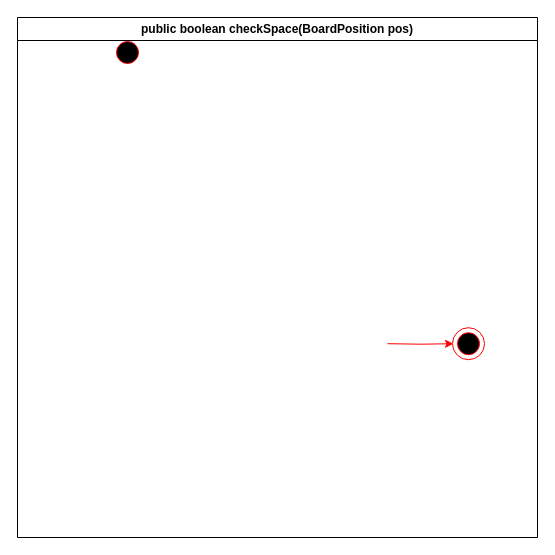
Earlier version of the draw.io diagram Project1/GameBoard checkForWinner Activity Diagram.drawio (ozzhaas/CPSC2150). Source tidied: cells renumbered, new cells numbered last; positions are measured from the earlier drawing's top-left corner, leaving out a move shared by most shapes. Both pictures are drawn from the tidied source at 100%, with x=0, y=0 at pixel (17, 17).
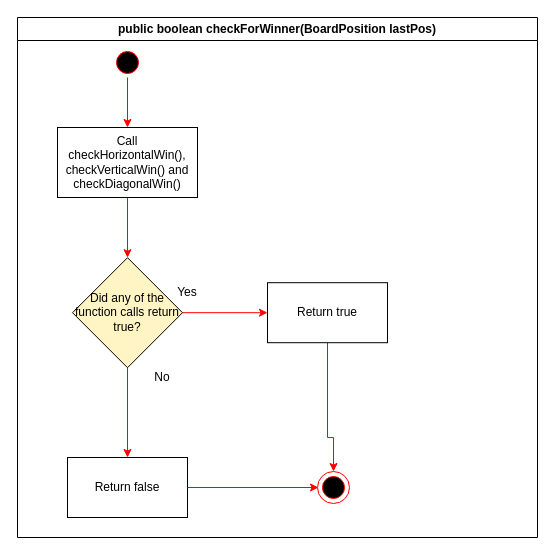
The same diagram, later.

Unchanged cells that the change refers to:
```xml
<mxCell id="6" style="ellipse;whiteSpace=wrap;html=1;fillColor=#ffffff;strokeColor=#FF0000;" parent="5" vertex="1">
  <mxGeometry width="32" height="32" as="geometry" />
</mxCell>
<mxCell id="7" style="ellipse;shape=startState;fillColor=#000000;strokeColor=#ff0000;" parent="5" vertex="1">
  <mxGeometry x="1" y="1" width="30" height="30" as="geometry" />
</mxCell>
```

Change to the diagram source:
```diff
@@
-    <mxCell id="2" value="public boolean checkSpace(BoardPosition pos)" style="swimlane;whiteSpace=wrap;" parent="1" vertex="1">
+    <mxCell id="2" value="public boolean checkForWinner(BoardPosition lastPos)" style="swimlane;whiteSpace=wrap;" parent="1" vertex="1">
       <mxGeometry width="520" height="520" as="geometry" />
     </mxCell>
+    <mxCell id="8" style="edgeStyle=orthogonalEdgeStyle;rounded=0;jettySize=auto;html=1;strokeColor=#FF0000;" parent="2" edge="1" source="3" target="10">
+      <mxGeometry relative="1" as="geometry" />
+    </mxCell>
     <mxCell id="3" style="ellipse;shape=startState;fillColor=#000000;strokeColor=#ff0000;" parent="2" vertex="1">
-      <mxGeometry x="95" y="20" width="30" height="30" as="geometry" />
+      <mxGeometry x="95" y="30" width="30" height="30" as="geometry" />
     </mxCell>
+    <mxCell id="9" style="edgeStyle=orthogonalEdgeStyle;rounded=0;jettySize=auto;html=1;strokeColor=#FF0000;" parent="2" edge="1" source="10" target="13">
+      <mxGeometry relative="1" as="geometry" />
+    </mxCell>
+    <mxCell id="10" value="Call checkHorizontalWin(), checkVerticalWin() and checkDiagonalWin()" style="rounded=0;whiteSpace=wrap;html=1;" parent="2" vertex="1">
+      <mxGeometry x="40" y="110" width="140" height="70" as="geometry" />
+    </mxCell>
+    <mxCell id="11" style="edgeStyle=orthogonalEdgeStyle;rounded=0;jettySize=auto;html=1;entryX=0;entryY=0.5;entryDx=0;entryDy=0;strokeColor=#FF0000;" parent="2" edge="1" source="13" target="15">
+      <mxGeometry relative="1" as="geometry" />
+    </mxCell>
+    <mxCell id="12" style="edgeStyle=orthogonalEdgeStyle;rounded=0;jettySize=auto;html=1;entryX=0.5;entryY=0;entryDx=0;entryDy=0;strokeColor=#FF0000;" parent="2" edge="1" source="13" target="16">
+      <mxGeometry relative="1" as="geometry" />
+    </mxCell>
+    <mxCell id="13" value="Did any of the function calls return true?" style="rhombus;whiteSpace=wrap;html=1;fillColor=#FFF4C3;" parent="2" vertex="1">
+      <mxGeometry x="55" y="240.2" width="110" height="110" as="geometry" />
+    </mxCell>
+    <mxCell id="14" style="edgeStyle=orthogonalEdgeStyle;rounded=0;jettySize=auto;html=1;strokeColor=#FF0000;entryX=0.5;entryY=0;entryDx=0;entryDy=0;exitX=0.5;exitY=1;exitDx=0;exitDy=0;" parent="2" edge="1" source="15" target="6">
+      <mxGeometry relative="1" as="geometry">
+        <Array as="points">
+          <mxPoint x="310" y="420" />
+          <mxPoint x="316" y="420" />
+        </Array>
+      </mxGeometry>
+    </mxCell>
+    <mxCell id="15" value="Return true" style="rounded=0;whiteSpace=wrap;html=1;" parent="2" vertex="1">
+      <mxGeometry x="250" y="265.2" width="120" height="60" as="geometry" />
+    </mxCell>
+    <mxCell id="16" value="Return false" style="rounded=0;whiteSpace=wrap;html=1;" parent="2" vertex="1">
+      <mxGeometry x="50" y="440" width="120" height="60" as="geometry" />
+    </mxCell>
+    <mxCell id="17" value="Yes" style="text;html=1;strokeColor=none;fillColor=none;align=center;verticalAlign=middle;whiteSpace=wrap;rounded=0;" parent="2" vertex="1">
+      <mxGeometry x="150" y="265.2" width="40" height="20" as="geometry" />
+    </mxCell>
+    <mxCell id="18" value="No" style="text;html=1;strokeColor=none;fillColor=none;align=center;verticalAlign=middle;whiteSpace=wrap;rounded=0;" parent="2" vertex="1">
+      <mxGeometry x="125" y="350" width="40" height="20" as="geometry" />
+    </mxCell>
-    <mxCell id="4" style="edgeStyle=orthogonalEdgeStyle;rounded=0;jettySize=auto;html=1;strokeColor=#FF0000;" parent="2" edge="1" target="7">
-      <mxGeometry relative="1" as="geometry">
-        <mxPoint x="370" y="326.2" as="sourcePoint" />
-      </mxGeometry>
+    <mxCell id="4" style="edgeStyle=orthogonalEdgeStyle;rounded=0;jettySize=auto;html=1;strokeColor=#FF0000;exitX=1;exitY=0.5;exitDx=0;exitDy=0;" parent="2" edge="1" source="16" target="7">
+      <mxGeometry relative="1" as="geometry" />
     </mxCell>
     <mxCell id="5" style="group;" parent="2" vertex="1">
-      <mxGeometry x="435" y="310.2" width="32" height="32" as="geometry" />
+      <mxGeometry x="300" y="454" width="32" height="32" as="geometry" />
     </mxCell>
```
